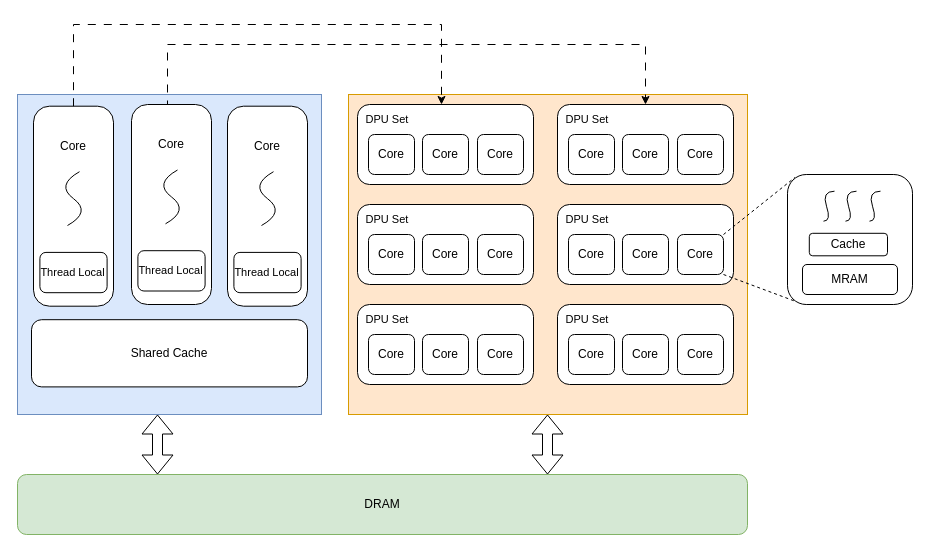
The draw.io diagram p1.drawio in cnissnzg/picture, before the edit. Source tidied: cells renumbered, new cells numbered last; positions are measured from the earlier drawing's top-left corner, leaving out a move shared by most shapes. Both pictures are drawn from the tidied source at 100%, with x=0, y=0 at pixel (17, 24).
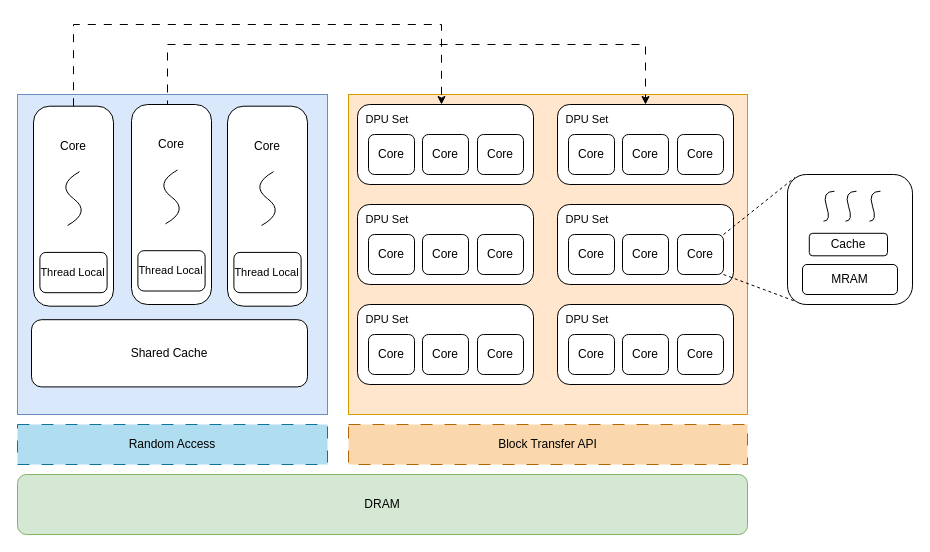
The same diagram, later.

Change to the diagram source:
```diff
@@
     <mxCell id="3" style="rounded=0;whiteSpace=wrap;html=1;fillColor=#dae8fc;strokeColor=#6c8ebf;" parent="1" vertex="1">
-      <mxGeometry y="70" width="304" height="320" as="geometry" />
+      <mxGeometry y="70" width="310" height="320" as="geometry" />
     </mxCell>
@@
-    <mxCell id="65" style="shape=flexArrow;endArrow=classic;startArrow=classic;html=1;rounded=0;" parent="1" edge="1">
-      <mxGeometry relative="1" as="geometry">
-        <mxPoint x="140" y="450" as="sourcePoint" />
-        <mxPoint x="140" y="390" as="targetPoint" />
-      </mxGeometry>
-    </mxCell>
-    <mxCell id="66" style="shape=flexArrow;endArrow=classic;startArrow=classic;html=1;rounded=0;" parent="1" edge="1">
-      <mxGeometry relative="1" as="geometry">
-        <mxPoint x="530" y="450" as="sourcePoint" />
-        <mxPoint x="530" y="390" as="targetPoint" />
-      </mxGeometry>
-    </mxCell>
+    <mxCell id="67" value="Random Access" style="rounded=0;whiteSpace=wrap;html=1;shadow=0;dashed=1;dashPattern=12 12;fillColor=#b1ddf0;strokeColor=#10739e;" parent="1" vertex="1">
+      <mxGeometry y="400" width="310" height="40" as="geometry" />
+    </mxCell>
+    <mxCell id="68" value="Block Transfer API" style="rounded=0;whiteSpace=wrap;html=1;shadow=0;dashed=1;dashPattern=12 12;fillColor=#fad7ac;strokeColor=#b46504;" parent="1" vertex="1">
+      <mxGeometry x="331" y="400" width="399" height="40" as="geometry" />
+    </mxCell>
```
